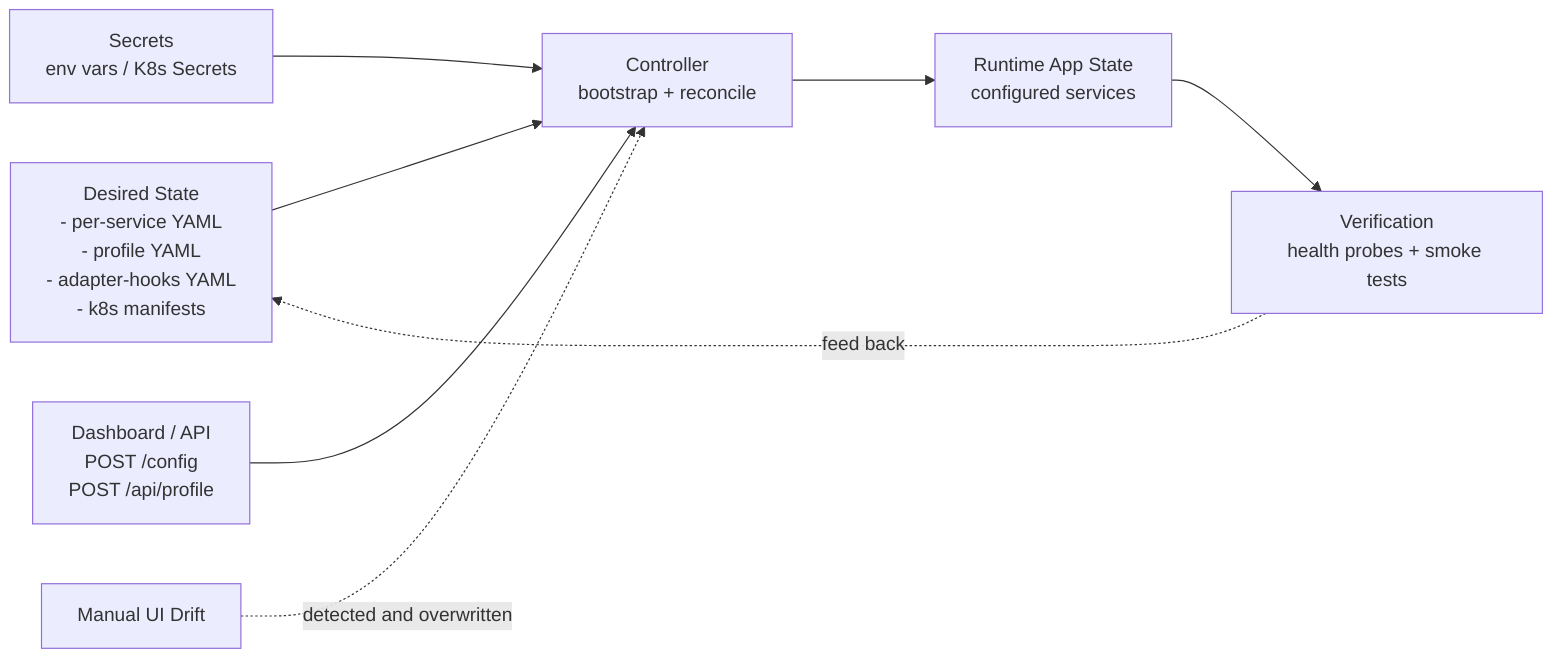
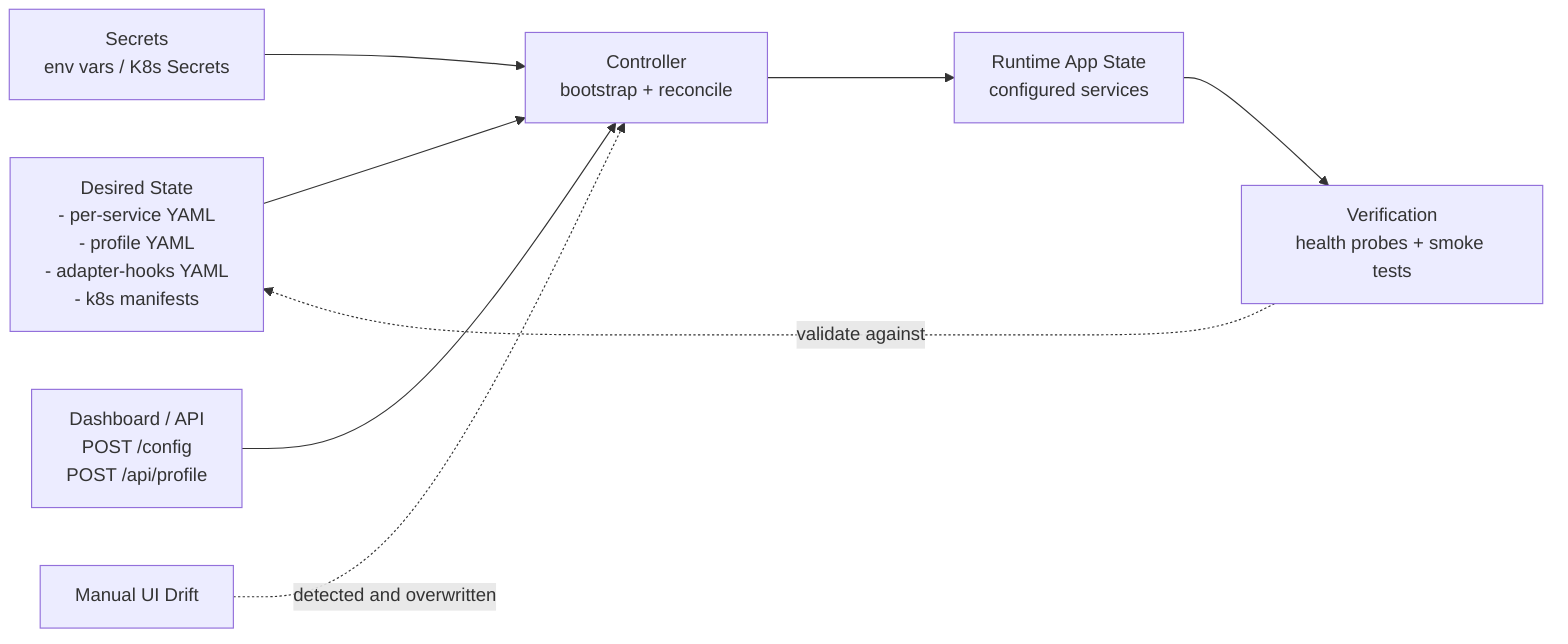
flowchart LR
  SRC[Desired State\n- per-service YAML\n- profile YAML\n- adapter-hooks YAML\n- k8s manifests]
  SEC[Secrets\nenv vars / K8s Secrets]
  CTRL[Controller\nbootstrap + reconcile]
  RUN[Runtime App State\nconfigured services]
  TEST[Verification\nhealth probes + smoke tests]
  DASH[Dashboard / API\nPOST /config\nPOST /api/profile]

  SRC --> CTRL
  SEC --> CTRL
  DASH --> CTRL
  CTRL --> RUN
  RUN --> TEST
-   TEST -.feed back.-> SRC
+   TEST -.validate against.-> SRC

  DRIFT[Manual UI Drift]
  DRIFT -.detected and overwritten.-> CTRL
